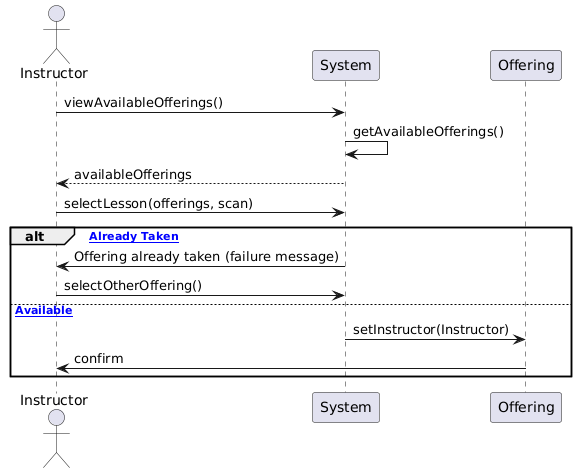
This is Diagrams/System Sequence/InstructorSelectsOfferingSeq.png from ABALkhabbaz/LessonSchedulingSystem, a PlantUML export, as it was before one commit.
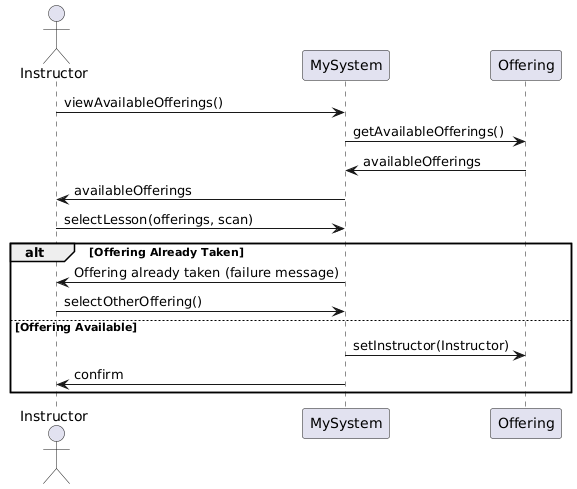
After the commit.

Commit message:
updated system sequence diagrams

The edit, as a diff of the source:
```diff
@@ -1,17 +1,19 @@
 @startuml
 actor Instructor
-participant System
-participant Offering
+participant "MySystem" as system
+participant "Offering" as offering
 
-Instructor -> System: viewAvailableOfferings()
-System -> System: getAvailableOfferings()
-System --> Instructor: availableOfferings
-Instructor -> System: selectLesson(offerings, scan)
-alt [Offering Already Taken]
-    System -> Instructor: Offering already taken (failure message)
-    Instructor -> System: selectOtherOffering()
-else [Offering Available]
-    System -> Offering: setInstructor(Instructor)
-    Offering -> Instructor: confirm
+Instructor -> system: viewAvailableOfferings()
+system -> offering: getAvailableOfferings()
+offering -> system: availableOfferings
+system -> Instructor: availableOfferings
+
+Instructor -> system: selectLesson(offerings, scan)
+alt Offering Already Taken
+  system -> Instructor: Offering already taken (failure message)
+  Instructor -> system: selectOtherOffering()
+else Offering Available
+  system -> offering: setInstructor(Instructor)
+  system -> Instructor: confirm
 end
 @enduml
```
